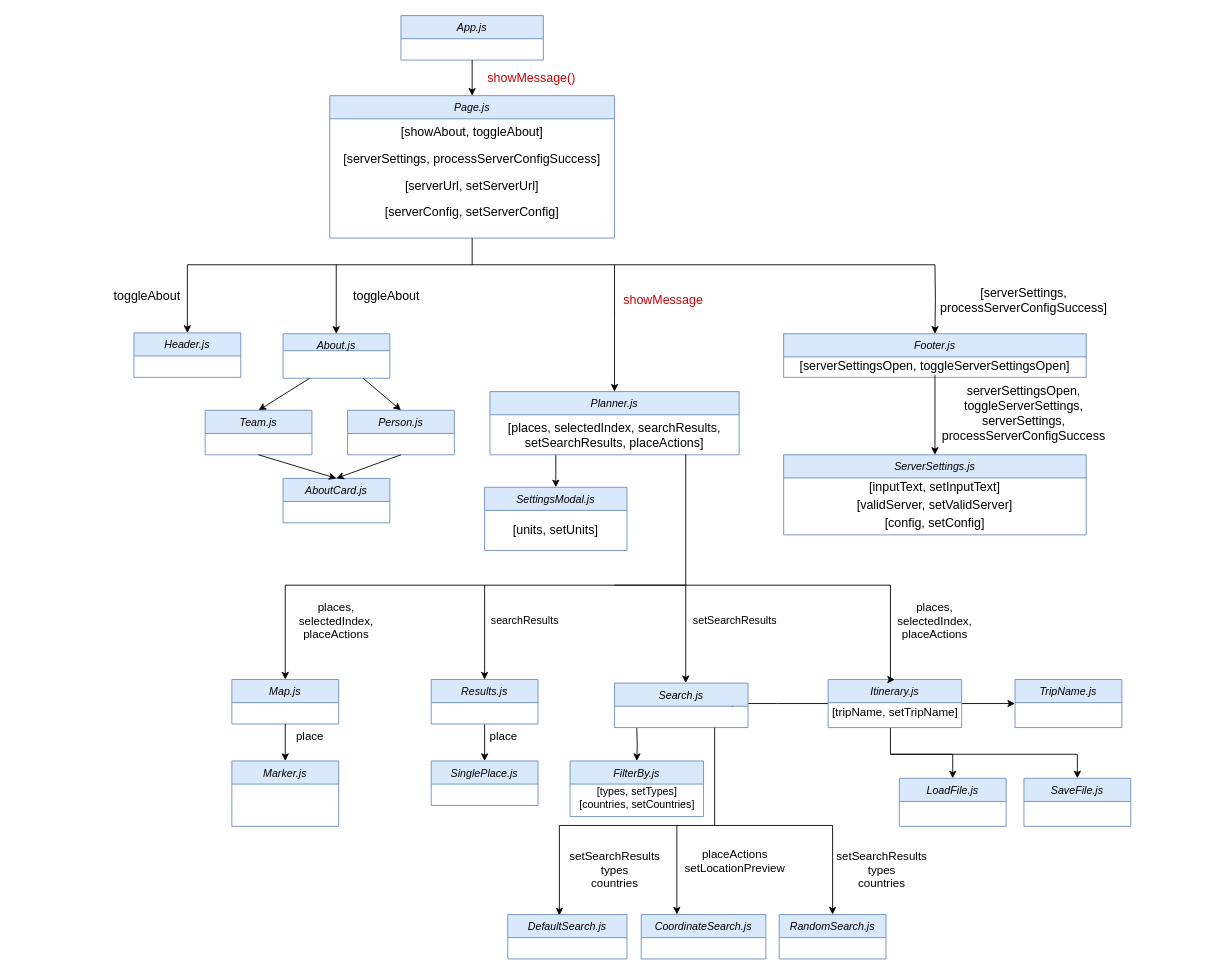
The draw.io diagram reports/images/Components Diagram.drawio in IliyanID/t25_Boat_Smarts, before the edit. Source tidied: cells renumbered, new cells numbered last; positions are measured from the earlier drawing's top-left corner, leaving out a move shared by most shapes. Both pictures are drawn from the tidied source at 89%, with x=0, y=0 at pixel (98, 15).
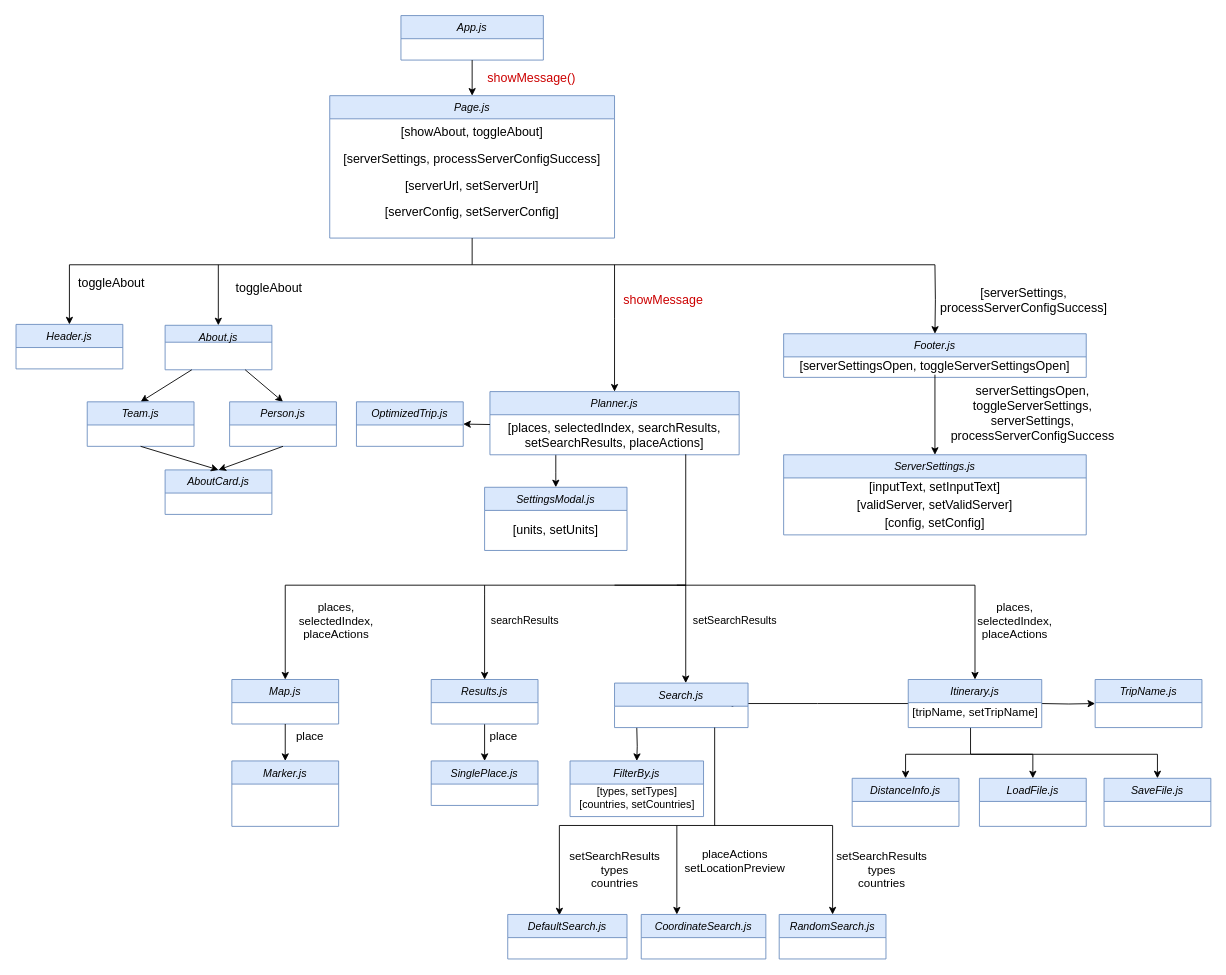
After the change.

The change refers to these unchanged cells:
```xml
<mxCell id="16" value="[places, selectedIndex, searchResults, setSearchResults, placeActions]" style="text;html=1;strokeColor=none;fillColor=none;align=center;verticalAlign=middle;whiteSpace=wrap;rounded=0;fontSize=14;" parent="15" vertex="1">
  <mxGeometry y="26" width="280" height="44" as="geometry" />
</mxCell>
```

Diff of the diagram source:
```diff
@@
     <mxCell id="10" value="Header.js" style="swimlane;fontStyle=2;align=center;verticalAlign=top;horizontal=1;startSize=26;rounded=0;shadow=0;strokeWidth=1;fillColor=#dae8fc;strokeColor=#6c8ebf;" parent="1" vertex="1">
-      <mxGeometry x="40" y="356.5" width="120" height="50" as="geometry" />
+      <mxGeometry x="-92.5" y="347" width="120" height="50" as="geometry" />
     </mxCell>
     <mxCell id="11" value="toggleAbout" style="text;html=1;strokeColor=none;fillColor=none;align=center;verticalAlign=middle;whiteSpace=wrap;rounded=0;fontSize=14;rotation=0;" parent="1" vertex="1">
-      <mxGeometry y="300" width="110" height="30" as="geometry" />
+      <mxGeometry x="-40" y="285.5" width="110" height="30" as="geometry" />
     </mxCell>
     <mxCell id="12" value="About.js" style="swimlane;fontStyle=2;align=center;verticalAlign=top;horizontal=1;startSize=19;rounded=0;shadow=0;strokeWidth=1;fillColor=#dae8fc;strokeColor=#6c8ebf;" parent="1" vertex="1">
-      <mxGeometry x="207.5" y="357.5" width="120" height="50" as="geometry" />
+      <mxGeometry x="75" y="348" width="120" height="50" as="geometry" />
     </mxCell>
     <mxCell id="13" value="toggleAbout" style="text;html=1;strokeColor=none;fillColor=none;align=center;verticalAlign=middle;whiteSpace=wrap;rounded=0;fontSize=14;rotation=0;" parent="1" vertex="1">
-      <mxGeometry x="274" y="305" width="100" height="20" as="geometry" />
+      <mxGeometry x="141.5" y="295.5" width="100" height="20" as="geometry" />
     </mxCell>
@@
     <mxCell id="23" style="edgeStyle=orthogonalEdgeStyle;rounded=0;jettySize=auto;html=1;fontSize=13;entryX=0.5;entryY=0;entryDx=0;entryDy=0;" parent="1" edge="1" target="70">
       <mxGeometry relative="1" as="geometry">
-        <mxPoint x="890" y="830" as="sourcePoint" />
+        <mxPoint x="980" y="830" as="sourcePoint" />
         <Array as="points">
-          <mxPoint x="960" y="830" />
+          <mxPoint x="1050" y="830" />
         </Array>
       </mxGeometry>
     </mxCell>
-    <mxCell id="24" style="edgeStyle=orthogonalEdgeStyle;rounded=0;jettySize=auto;html=1;fontSize=13;" parent="1" edge="1" source="27" target="71">
+    <mxCell id="24" style="edgeStyle=orthogonalEdgeStyle;rounded=0;jettySize=auto;html=1;fontSize=13;" parent="1" edge="1" target="71">
       <mxGeometry relative="1" as="geometry">
+        <mxPoint x="980" y="800" as="sourcePoint" />
         <Array as="points">
-          <mxPoint x="890" y="830" />
-          <mxPoint x="1100" y="830" />
+          <mxPoint x="980" y="830" />
+          <mxPoint x="1190" y="830" />
         </Array>
       </mxGeometry>
     </mxCell>
-    <mxCell id="25" style="edgeStyle=orthogonalEdgeStyle;rounded=0;jettySize=auto;html=1;fontSize=13;" parent="1" edge="1" source="27" target="72">
-      <mxGeometry relative="1" as="geometry" />
+    <mxCell id="25" style="edgeStyle=orthogonalEdgeStyle;rounded=0;jettySize=auto;html=1;fontSize=13;" parent="1" edge="1" target="72">
+      <mxGeometry relative="1" as="geometry">
+        <mxPoint x="1060" y="773" as="sourcePoint" />
+      </mxGeometry>
     </mxCell>
@@
     <mxCell id="27" value="Itinerary.js" style="swimlane;fontStyle=2;align=center;verticalAlign=top;horizontal=1;startSize=26;rounded=0;shadow=0;strokeWidth=1;fillColor=#dae8fc;strokeColor=#6c8ebf;" parent="1" vertex="1">
-      <mxGeometry x="820" y="746" width="150" height="54" as="geometry" />
+      <mxGeometry x="910" y="746" width="150" height="54" as="geometry" />
     </mxCell>
@@
     <mxCell id="35" value="places, selectedIndex, placeActions" style="text;html=1;strokeColor=none;fillColor=none;align=center;verticalAlign=middle;whiteSpace=wrap;rounded=0;fontSize=13;" parent="1" vertex="1">
-      <mxGeometry x="910" y="670" width="60" height="20" as="geometry" />
+      <mxGeometry x="1000" y="670" width="60" height="20" as="geometry" />
     </mxCell>
     <mxCell id="36" value="serverSettingsOpen, toggleServerSettings, serverSettings, processServerConfigSuccess" style="text;html=1;strokeColor=none;fillColor=none;align=center;verticalAlign=middle;whiteSpace=wrap;rounded=0;fontSize=14;fontColor=#000000;" parent="1" vertex="1">
-      <mxGeometry x="940" y="406.5" width="200" height="80" as="geometry" />
+      <mxGeometry x="950" y="406.5" width="200" height="80" as="geometry" />
     </mxCell>
@@
     <mxCell id="39" value="Team.js" style="swimlane;fontStyle=2;align=center;verticalAlign=top;horizontal=1;startSize=26;rounded=0;shadow=0;strokeWidth=1;fillColor=#dae8fc;strokeColor=#6c8ebf;" parent="1" vertex="1">
-      <mxGeometry x="120" y="443.5" width="120" height="50" as="geometry" />
+      <mxGeometry x="-12.5" y="434" width="120" height="50" as="geometry" />
     </mxCell>
     <mxCell id="40" value="Person.js&#10;" style="swimlane;fontStyle=2;align=center;verticalAlign=top;horizontal=1;startSize=26;rounded=0;shadow=0;strokeWidth=1;fillColor=#dae8fc;strokeColor=#6c8ebf;" parent="1" vertex="1">
-      <mxGeometry x="280" y="443.5" width="120" height="50" as="geometry" />
+      <mxGeometry x="147.5" y="434" width="120" height="50" as="geometry" />
     </mxCell>
     <mxCell id="41" value="AboutCard.js&#10;" style="swimlane;fontStyle=2;align=center;verticalAlign=top;horizontal=1;startSize=26;rounded=0;shadow=0;strokeWidth=1;fillColor=#dae8fc;strokeColor=#6c8ebf;" parent="1" vertex="1">
-      <mxGeometry x="207.5" y="520" width="120" height="50" as="geometry" />
+      <mxGeometry x="75" y="510.5" width="120" height="50" as="geometry" />
     </mxCell>
@@
     <mxCell id="56" style="endArrow=classic;html=1;rounded=0;fontSize=13;edgeStyle=orthogonalEdgeStyle;entryX=0.5;entryY=0;entryDx=0;entryDy=0;" parent="1" edge="1" target="10">
       <mxGeometry relative="1" as="geometry">
         <mxPoint x="420" y="280" as="sourcePoint" />
         <Array as="points">
-          <mxPoint x="100" y="280" />
+          <mxPoint x="-32" y="280" />
+          <mxPoint x="-32" y="347" />
         </Array>
       </mxGeometry>
     </mxCell>
     <mxCell id="57" style="endArrow=classic;html=1;rounded=0;fontSize=13;edgeStyle=orthogonalEdgeStyle;" parent="1" edge="1">
       <mxGeometry relative="1" as="geometry">
-        <mxPoint x="267.3" y="279.5" as="sourcePoint" />
-        <mxPoint x="267.3" y="357.5" as="targetPoint" />
+        <mxPoint x="135" y="280" as="sourcePoint" />
+        <mxPoint x="134.8" y="348" as="targetPoint" />
         <Array as="points">
-          <mxPoint x="267.3" y="357.5" />
+          <mxPoint x="134.8" y="348" />
         </Array>
       </mxGeometry>
     </mxCell>
@@
     <mxCell id="60" style="endArrow=classic;html=1;rounded=0;fontSize=13;edgeStyle=orthogonalEdgeStyle;entryX=0.5;entryY=0;entryDx=0;entryDy=0;" parent="1" edge="1" target="27">
       <mxGeometry relative="1" as="geometry">
-        <mxPoint x="660" y="640" as="sourcePoint" />
+        <mxPoint x="650" y="640" as="sourcePoint" />
         <Array as="points">
-          <mxPoint x="890" y="640" />
+          <mxPoint x="985" y="640" />
         </Array>
       </mxGeometry>
     </mxCell>
@@
     <mxCell id="70" value="LoadFile.js" style="swimlane;fontStyle=2;align=center;verticalAlign=top;horizontal=1;startSize=26;rounded=0;shadow=0;strokeWidth=1;fillColor=#dae8fc;strokeColor=#6c8ebf;" parent="1" vertex="1">
-      <mxGeometry x="900" y="857" width="120" height="54" as="geometry" />
+      <mxGeometry x="990" y="857" width="120" height="54" as="geometry" />
     </mxCell>
     <mxCell id="71" value="SaveFile.js" style="swimlane;fontStyle=2;align=center;verticalAlign=top;horizontal=1;startSize=26;rounded=0;shadow=0;strokeWidth=1;fillColor=#dae8fc;strokeColor=#6c8ebf;" parent="1" vertex="1">
-      <mxGeometry x="1040" y="857" width="120" height="54" as="geometry" />
+      <mxGeometry x="1130" y="857" width="120" height="54" as="geometry" />
     </mxCell>
     <mxCell id="72" value="TripName.js" style="swimlane;fontStyle=2;align=center;verticalAlign=top;horizontal=1;startSize=26;rounded=0;shadow=0;strokeWidth=1;fillColor=#dae8fc;strokeColor=#6c8ebf;" parent="1" vertex="1">
-      <mxGeometry x="1030" y="746" width="120" height="54" as="geometry" />
+      <mxGeometry x="1120" y="746" width="120" height="54" as="geometry" />
     </mxCell>
@@
+    <mxCell id="79" style="endArrow=classic;html=1;rounded=0;entryX=0.5;entryY=0;entryDx=0;entryDy=0;" parent="1" edge="1" target="80">
+      <mxGeometry relative="1" as="geometry">
+        <mxPoint x="980" y="830" as="sourcePoint" />
+        <Array as="points">
+          <mxPoint x="907" y="830" />
+        </Array>
+      </mxGeometry>
+    </mxCell>
+    <mxCell id="80" value="DistanceInfo.js" style="swimlane;fontStyle=2;align=center;verticalAlign=top;horizontal=1;startSize=26;rounded=0;shadow=0;strokeWidth=1;fillColor=#dae8fc;strokeColor=#6c8ebf;" parent="1" vertex="1">
+      <mxGeometry x="847" y="857" width="120" height="54" as="geometry" />
+    </mxCell>
+    <mxCell id="81" value="OptimizedTrip.js" style="swimlane;fontStyle=2;align=center;verticalAlign=top;horizontal=1;startSize=26;rounded=0;shadow=0;strokeWidth=1;fillColor=#dae8fc;strokeColor=#6c8ebf;" parent="1" vertex="1">
+      <mxGeometry x="290" y="434" width="120" height="50" as="geometry" />
+    </mxCell>
+    <mxCell id="82" style="endArrow=classic;html=1;rounded=0;exitX=0;exitY=0.25;exitDx=0;exitDy=0;entryX=1;entryY=0.5;entryDx=0;entryDy=0;" parent="1" edge="1" source="16" target="81">
+      <mxGeometry relative="1" as="geometry" />
+    </mxCell>
```
